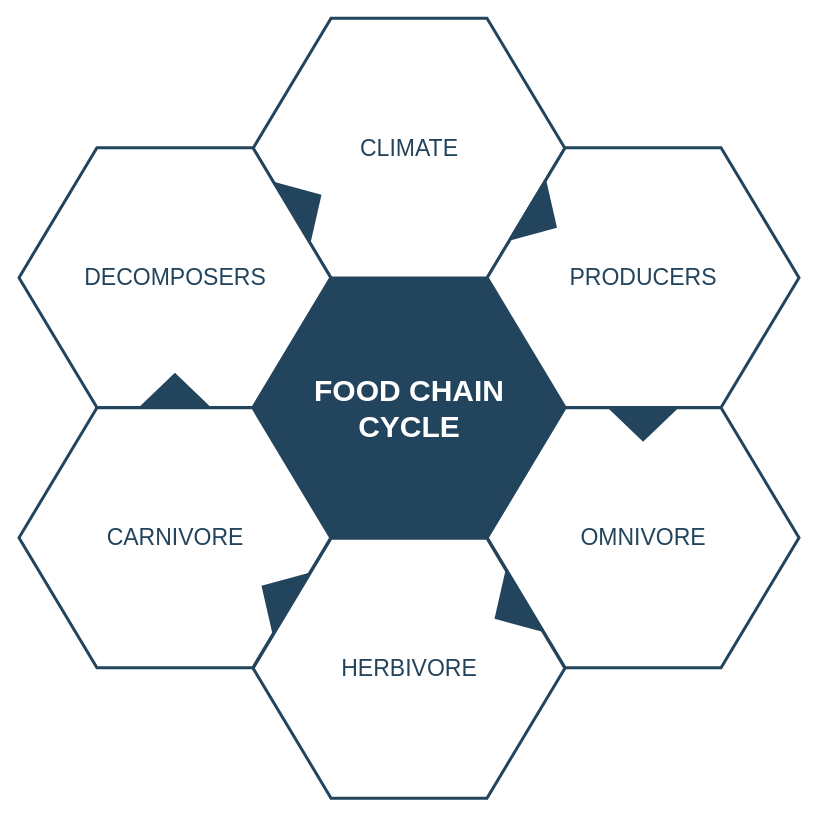
diego-adrian/webcrypto keeps this draw.io diagram as Untitled Diagram.drawio. Above is the earlier version. Source tidied: cells renumbered, new cells numbered last; positions are measured from the earlier drawing's top-left corner, leaving out a move shared by most shapes. Both pictures are drawn from the tidied source at 100%, with x=0, y=0 at pixel (18, 18).
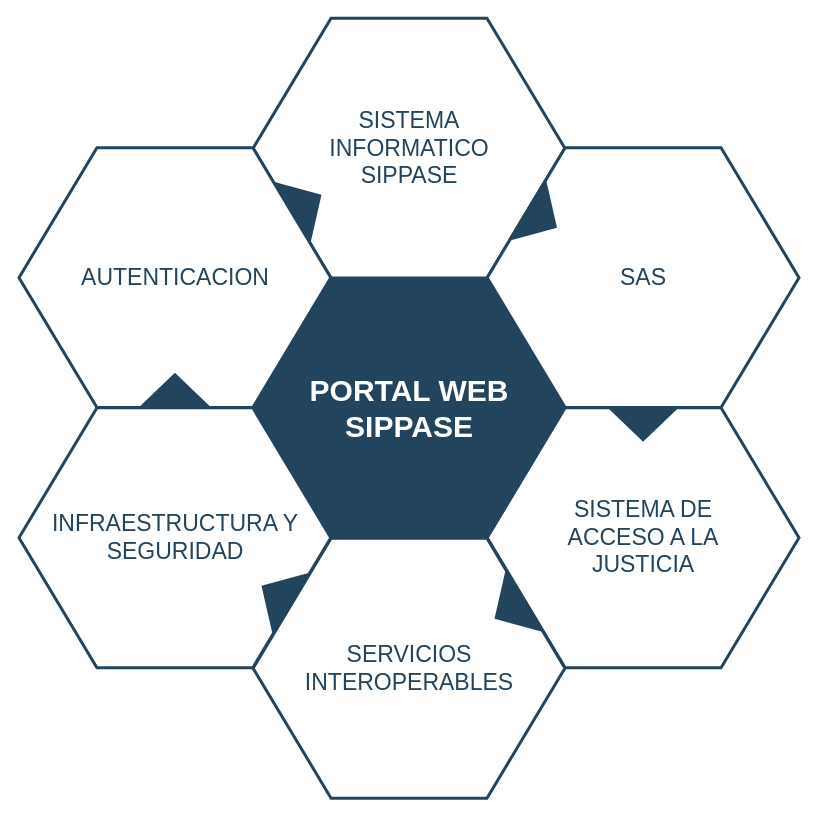
The same diagram, later.

What changed in the source:
```diff
@@
 <mxGraphModel>
   <root>
     <mxCell id="0" />
     <mxCell id="1" parent="0" />
-    <mxCell id="2" value="&lt;font style=&quot;font-size: 30px&quot; color=&quot;#ffffff&quot;&gt;&lt;b&gt;&lt;span&gt;FOOD CHAIN&lt;/span&gt;&lt;br&gt;&lt;span&gt;CYCLE&lt;/span&gt;&lt;/b&gt;&lt;/font&gt;&lt;br&gt;" style="shape=hexagon;perimeter=hexagonPerimeter2;whiteSpace=wrap;html=1;shadow=0;labelBackgroundColor=none;strokeColor=#23445D;fillColor=#23445D;gradientColor=none;fontFamily=Helvetica;fontSize=23;fontColor=#23445d;align=center;strokeWidth=3;" parent="1" vertex="1">
+    <mxCell id="2" value="&lt;font color=&quot;#ffffff&quot;&gt;&lt;span style=&quot;font-size: 30px;&quot;&gt;&lt;b&gt;PORTAL WEB SIPPASE&lt;/b&gt;&lt;/span&gt;&lt;/font&gt;" style="shape=hexagon;perimeter=hexagonPerimeter2;whiteSpace=wrap;html=1;shadow=0;labelBackgroundColor=none;strokeColor=#23445D;fillColor=#23445D;gradientColor=none;fontFamily=Helvetica;fontSize=23;fontColor=#23445d;align=center;strokeWidth=3;" parent="1" vertex="1">
       <mxGeometry x="234.6" y="259.8" width="311.8" height="259.9" as="geometry" />
     </mxCell>
     <mxCell id="3" style="triangle;whiteSpace=wrap;html=1;shadow=0;labelBackgroundColor=none;strokeColor=none;fillColor=#FFFFFF;fontFamily=Helvetica;fontSize=17;fontColor=#23445d;align=center;rotation=90;gradientColor=none;flipV=1;flipH=1;opacity=20;" parent="1" vertex="1">
       <mxGeometry x="115.5" y="277.7" width="72" height="152" as="geometry" />
     </mxCell>
-    <mxCell id="4" value="&lt;font style=&quot;font-size: 23px&quot;&gt;CLIMATE&lt;/font&gt;" style="shape=hexagon;perimeter=hexagonPerimeter2;whiteSpace=wrap;html=1;shadow=0;labelBackgroundColor=none;strokeColor=#23445D;fillColor=#ffffff;gradientColor=none;fontFamily=Helvetica;fontSize=23;fontColor=#23445D;align=center;strokeWidth=3;" parent="1" vertex="1">
+    <mxCell id="4" value="SISTEMA &lt;br&gt;INFORMATICO &lt;br&gt;SIPPASE" style="shape=hexagon;perimeter=hexagonPerimeter2;whiteSpace=wrap;html=1;shadow=0;labelBackgroundColor=none;strokeColor=#23445D;fillColor=#ffffff;gradientColor=none;fontFamily=Helvetica;fontSize=23;fontColor=#23445D;align=center;strokeWidth=3;" parent="1" vertex="1">
       <mxGeometry x="234.6" y="-0.3" width="311.8" height="259.9" as="geometry" />
     </mxCell>
-    <mxCell id="5" value="&lt;font style=&quot;font-size: 23px&quot;&gt;PRODUCERS&lt;/font&gt;" style="shape=hexagon;perimeter=hexagonPerimeter2;whiteSpace=wrap;html=1;shadow=0;labelBackgroundColor=none;strokeColor=#23445D;fillColor=#FFFFFF;gradientColor=none;fontFamily=Helvetica;fontSize=23;fontColor=#23445d;align=center;strokeWidth=3;" parent="1" vertex="1">
+    <mxCell id="5" value="&lt;font style=&quot;font-size: 23px&quot;&gt;SAS&lt;/font&gt;" style="shape=hexagon;perimeter=hexagonPerimeter2;whiteSpace=wrap;html=1;shadow=0;labelBackgroundColor=none;strokeColor=#23445D;fillColor=#FFFFFF;gradientColor=none;fontFamily=Helvetica;fontSize=23;fontColor=#23445d;align=center;strokeWidth=3;" parent="1" vertex="1">
       <mxGeometry x="468.7" y="129.2" width="311.8" height="259.9" as="geometry" />
     </mxCell>
-    <mxCell id="6" value="&lt;font style=&quot;font-size: 23px&quot;&gt;OMNIVORE&lt;/font&gt;" style="shape=hexagon;perimeter=hexagonPerimeter2;whiteSpace=wrap;html=1;shadow=0;labelBackgroundColor=none;strokeColor=#23445D;fillColor=#FFFFFF;gradientColor=none;fontFamily=Helvetica;fontSize=23;fontColor=#23445d;align=center;strokeWidth=3;" parent="1" vertex="1">
+    <mxCell id="6" value="&lt;font style=&quot;font-size: 23px&quot;&gt;SISTEMA DE &lt;br&gt;ACCESO A LA &lt;br&gt;JUSTICIA&lt;/font&gt;" style="shape=hexagon;perimeter=hexagonPerimeter2;whiteSpace=wrap;html=1;shadow=0;labelBackgroundColor=none;strokeColor=#23445D;fillColor=#FFFFFF;gradientColor=none;fontFamily=Helvetica;fontSize=23;fontColor=#23445d;align=center;strokeWidth=3;" parent="1" vertex="1">
       <mxGeometry x="468.7" y="389.3" width="311.8" height="259.9" as="geometry" />
     </mxCell>
-    <mxCell id="7" value="&lt;font style=&quot;font-size: 23px&quot;&gt;HERBIVORE&lt;/font&gt;" style="shape=hexagon;perimeter=hexagonPerimeter2;whiteSpace=wrap;html=1;shadow=0;labelBackgroundColor=none;strokeColor=#23445D;fillColor=#FFFFFF;gradientColor=none;fontFamily=Helvetica;fontSize=23;fontColor=#23445d;align=center;strokeWidth=3;" parent="1" vertex="1">
+    <mxCell id="7" value="&lt;font style=&quot;font-size: 23px&quot;&gt;SERVICIOS INTEROPERABLES&lt;/font&gt;" style="shape=hexagon;perimeter=hexagonPerimeter2;whiteSpace=wrap;html=1;shadow=0;labelBackgroundColor=none;strokeColor=#23445D;fillColor=#FFFFFF;gradientColor=none;fontFamily=Helvetica;fontSize=23;fontColor=#23445d;align=center;strokeWidth=3;" parent="1" vertex="1">
       <mxGeometry x="234.6" y="519.8" width="311.8" height="259.9" as="geometry" />
     </mxCell>
-    <mxCell id="8" value="&lt;font style=&quot;font-size: 23px&quot;&gt;CARNIVORE&lt;/font&gt;" style="shape=hexagon;perimeter=hexagonPerimeter2;whiteSpace=wrap;html=1;shadow=0;labelBackgroundColor=none;strokeColor=#23445D;fillColor=#FFFFFF;gradientColor=none;fontFamily=Helvetica;fontSize=23;fontColor=#23445d;align=center;strokeWidth=3;" parent="1" vertex="1">
+    <mxCell id="8" value="&lt;font style=&quot;font-size: 23px&quot;&gt;INFRAESTRUCTURA Y SEGURIDAD&lt;/font&gt;" style="shape=hexagon;perimeter=hexagonPerimeter2;whiteSpace=wrap;html=1;shadow=0;labelBackgroundColor=none;strokeColor=#23445D;fillColor=#FFFFFF;gradientColor=none;fontFamily=Helvetica;fontSize=23;fontColor=#23445d;align=center;strokeWidth=3;" parent="1" vertex="1">
       <mxGeometry x="0.5" y="389.3" width="311.8" height="259.9" as="geometry" />
     </mxCell>
-    <mxCell id="9" value="&lt;font style=&quot;font-size: 23px;&quot;&gt;DECOMPOSERS&lt;/font&gt;" style="shape=hexagon;perimeter=hexagonPerimeter2;whiteSpace=wrap;html=1;shadow=0;labelBackgroundColor=none;strokeColor=#23445D;fillColor=#ffffff;gradientColor=none;fontFamily=Helvetica;fontSize=23;fontColor=#23445D;align=center;strokeWidth=3;" parent="1" vertex="1">
+    <mxCell id="9" value="&lt;font style=&quot;font-size: 23px;&quot;&gt;AUTENTICACION&lt;/font&gt;" style="shape=hexagon;perimeter=hexagonPerimeter2;whiteSpace=wrap;html=1;shadow=0;labelBackgroundColor=none;strokeColor=#23445D;fillColor=#ffffff;gradientColor=none;fontFamily=Helvetica;fontSize=23;fontColor=#23445D;align=center;strokeWidth=3;" parent="1" vertex="1">
       <mxGeometry x="0.5" y="129.2" width="311.8" height="259.9" as="geometry" />
     </mxCell>
     <mxCell id="10" style="triangle;whiteSpace=wrap;html=1;shadow=0;labelBackgroundColor=none;strokeColor=none;fillColor=#23445D;fontFamily=Helvetica;fontSize=17;fontColor=#23445d;align=center;rotation=31;gradientColor=none;strokeWidth=3;" parent="1" vertex="1">
       <mxGeometry x="506" y="163.7" width="35" height="73" as="geometry" />
     </mxCell>
     <mxCell id="11" style="triangle;whiteSpace=wrap;html=1;shadow=0;labelBackgroundColor=none;strokeColor=none;fillColor=#23445D;fontFamily=Helvetica;fontSize=17;fontColor=#23445d;align=center;rotation=31;gradientColor=none;flipH=1;strokeWidth=3;" parent="1" vertex="1">
       <mxGeometry x="240.5" y="539.7" width="35" height="73" as="geometry" />
     </mxCell>
     <mxCell id="12" style="triangle;whiteSpace=wrap;html=1;shadow=0;labelBackgroundColor=none;strokeColor=none;fillColor=#23445D;fontFamily=Helvetica;fontSize=17;fontColor=#23445d;align=center;rotation=329;gradientColor=none;strokeWidth=3;" parent="1" vertex="1">
       <mxGeometry x="270.5" y="148.7" width="35" height="73" as="geometry" />
     </mxCell>
     <mxCell id="13" style="triangle;whiteSpace=wrap;html=1;shadow=0;labelBackgroundColor=none;strokeColor=none;fillColor=#23445D;fontFamily=Helvetica;fontSize=17;fontColor=#23445d;align=center;rotation=329;gradientColor=none;flipH=1;strokeWidth=3;" parent="1" vertex="1">
       <mxGeometry x="473.5" y="554.7" width="35" height="73" as="geometry" />
     </mxCell>
     <mxCell id="14" style="triangle;whiteSpace=wrap;html=1;shadow=0;labelBackgroundColor=none;strokeColor=none;fillColor=#23445D;fontFamily=Helvetica;fontSize=17;fontColor=#23445d;align=center;rotation=90;gradientColor=none;strokeWidth=3;" parent="1" vertex="1">
       <mxGeometry x="607.1" y="369.2" width="35" height="73" as="geometry" />
     </mxCell>
     <mxCell id="15" style="triangle;whiteSpace=wrap;html=1;shadow=0;labelBackgroundColor=none;strokeColor=none;fillColor=#23445D;fontFamily=Helvetica;fontSize=17;fontColor=#23445d;align=center;rotation=90;gradientColor=none;flipH=1;strokeWidth=3;" parent="1" vertex="1">
       <mxGeometry x="138.9" y="335.2" width="35" height="73" as="geometry" />
     </mxCell>
   </root>
 </mxGraphModel>
```
